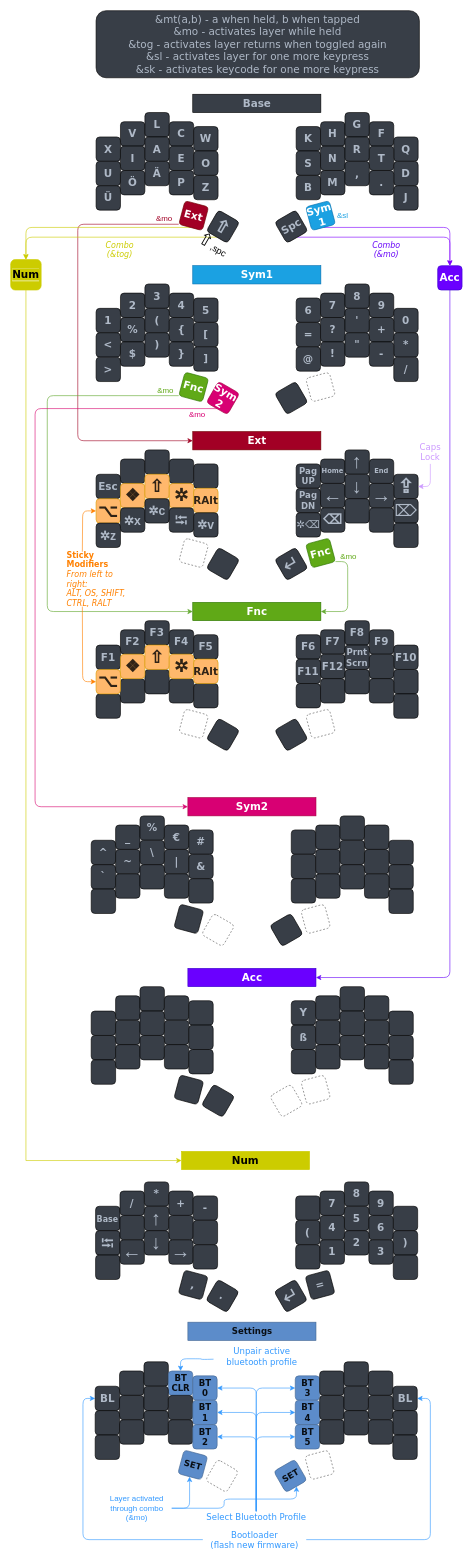
This is Layout/Sweepd_Neo2.drawio from hoyohayo/zmk-config, a draw.io file, before an edit. Source tidied: cells renumbered, new cells numbered last; positions are measured from the earlier drawing's top-left corner, leaving out a move shared by most shapes. Both pictures are drawn from the tidied source at 61%, with x=0, y=0 at pixel (10, 10).
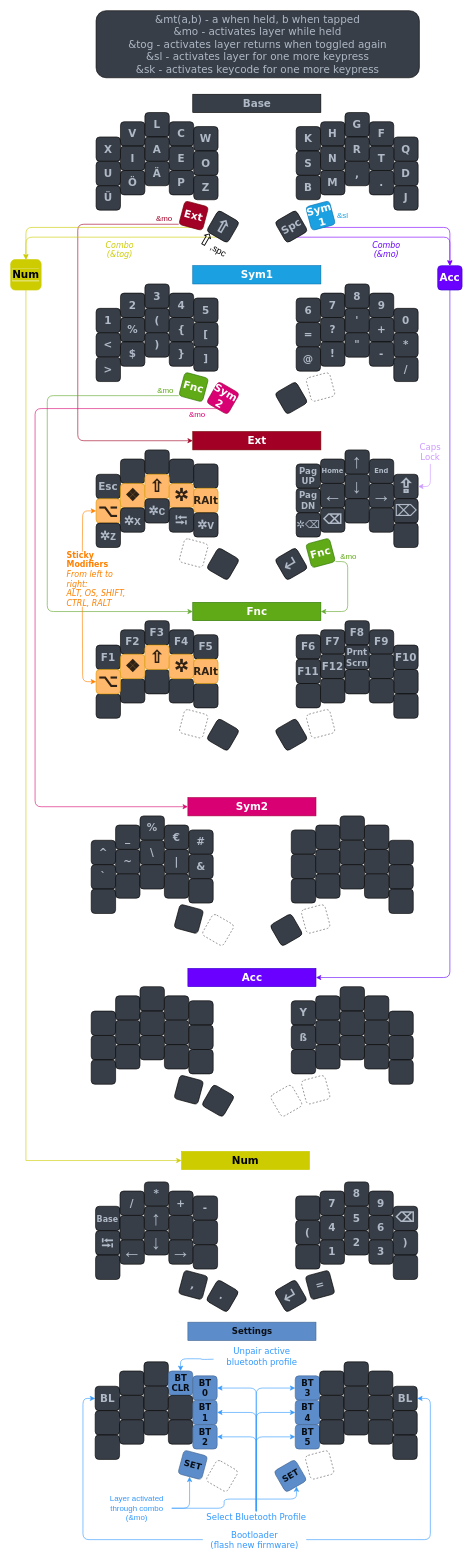
The same diagram, later.

The edit, as a diff of the source:
```diff
@@
-    <mxCell id="261" style="whiteSpace=wrap;html=1;fontSize=17;fontFamily=Verdana;fontStyle=1;fontColor=#AFB9C7;fillColor=#383E47;rounded=1;" parent="1" vertex="1">
+    <mxCell id="261" value="&lt;span style=&quot;font-family: &amp;#34;segoe ui emoji&amp;#34; , &amp;#34;apple color emoji&amp;#34; , &amp;#34;noto color emoji&amp;#34; ; font-size: 22px&quot;&gt;⌫&lt;/span&gt;" style="whiteSpace=wrap;html=1;fontSize=17;fontFamily=Verdana;fontStyle=1;fontColor=#AFB9C7;fillColor=#383E47;rounded=1;" parent="1" vertex="1">
       <mxGeometry x="627.2" y="1960" width="40" height="40" as="geometry" />
     </mxCell>
```
